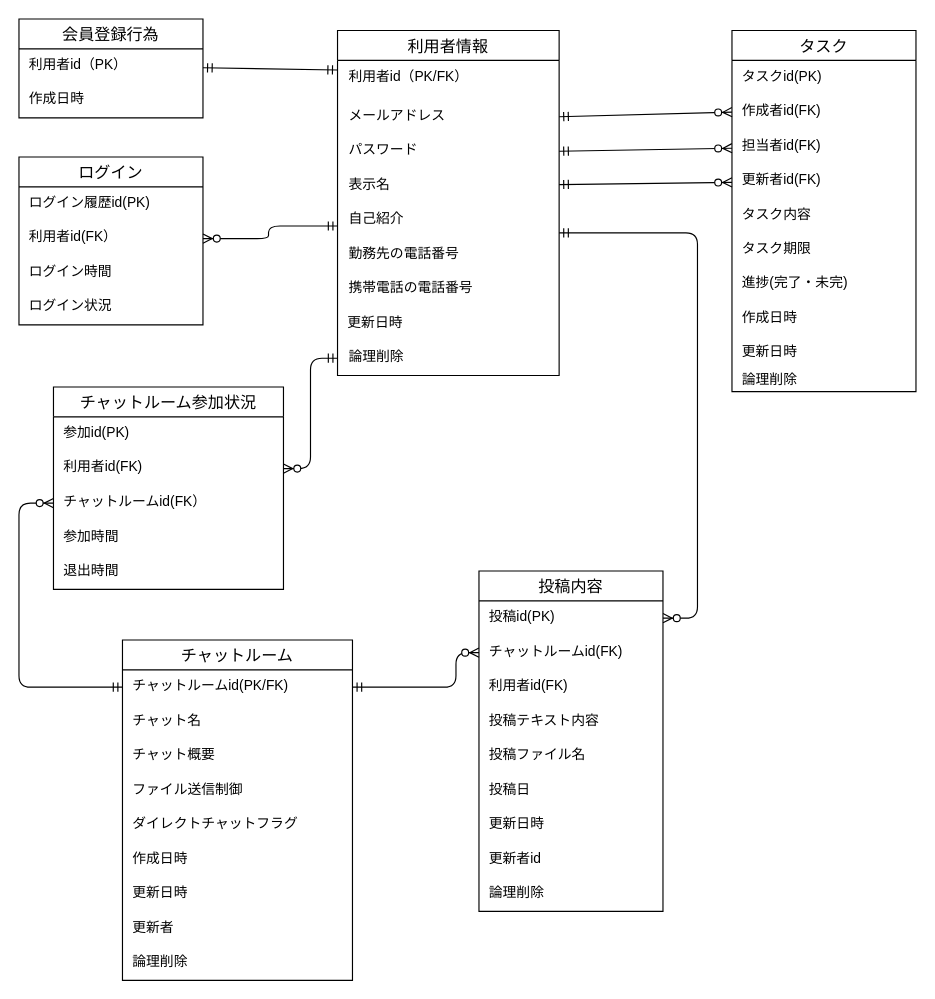
The draw.io diagram db/db-challenge1/チャットルームER図.drawio in ytaka0407/quelcode-db, before the edit. Source tidied: cells renumbered, new cells numbered last; positions are measured from the earlier drawing's top-left corner, leaving out a move shared by most shapes. Both pictures are drawn from the tidied source at 115%, with x=0, y=0 at pixel (18, 18).
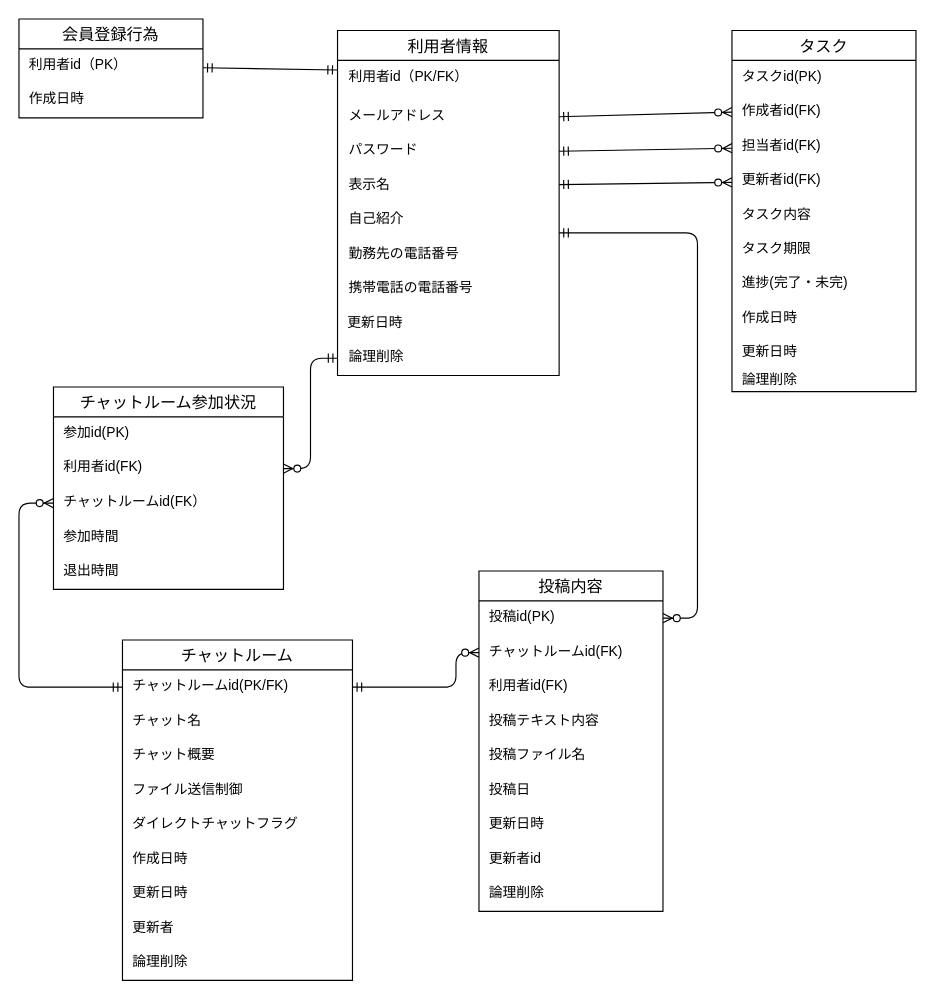
The same page after the edit.

Commit message:
ログインテーブルを削除(ログイン機能はsession等で実現可能なため)

The change refers to these unchanged cells:
```xml
<mxCell id="6" value="利用者情報" style="swimlane;fontStyle=0;horizontal=1;startSize=26;align=center;fontSize=14;" parent="1" vertex="1">
  <mxGeometry x="277" y="10" width="192.7" height="300" as="geometry" />
</mxCell>
```

Change to the diagram source:
```diff
@@
-    <mxCell id="10" style="edgeStyle=orthogonalEdgeStyle;fontSize=12;html=1;endArrow=ERzeroToMany;startArrow=ERmandOne;entryX=1;entryY=0.5;entryDx=0;entryDy=0;" parent="6" edge="1" target="19">
-      <mxGeometry relative="1" as="geometry">
-        <mxPoint y="170" as="sourcePoint" />
-        <Array as="points">
-          <mxPoint x="-60" y="170" />
-          <mxPoint x="-60" y="181" />
-        </Array>
-      </mxGeometry>
-    </mxCell>
@@
-    <mxCell id="17" value="ログイン" style="swimlane;fontStyle=0;horizontal=1;startSize=26;align=center;fontSize=14;" parent="1" vertex="1">
-      <mxGeometry y="120" width="160" height="146" as="geometry" />
-    </mxCell>
-    <mxCell id="18" value="ログイン履歴id(PK)" style="text;strokeColor=none;fillColor=none;spacingLeft=7;spacingRight=4;overflow=hidden;fontSize=12;" parent="17" vertex="1">
-      <mxGeometry y="26" width="160" height="30" as="geometry" />
-    </mxCell>
-    <mxCell id="19" value="利用者id(FK）" style="text;strokeColor=none;fillColor=none;spacingLeft=7;spacingRight=4;overflow=hidden;points=[[0,0.5],[1,0.5]];portConstraint=eastwest;fontSize=12;" parent="17" vertex="1">
-      <mxGeometry y="56" width="160" height="30" as="geometry" />
-    </mxCell>
-    <mxCell id="20" value="ログイン時間" style="text;strokeColor=none;fillColor=none;spacingLeft=7;spacingRight=4;overflow=hidden;fontSize=12;" parent="17" vertex="1">
-      <mxGeometry y="86" width="160" height="30" as="geometry" />
-    </mxCell>
-    <mxCell id="21" value="ログイン状況" style="text;strokeColor=none;fillColor=none;spacingLeft=7;spacingRight=4;overflow=hidden;fontSize=12;" parent="17" vertex="1">
-      <mxGeometry y="116" width="160" height="30" as="geometry" />
-    </mxCell>
```
